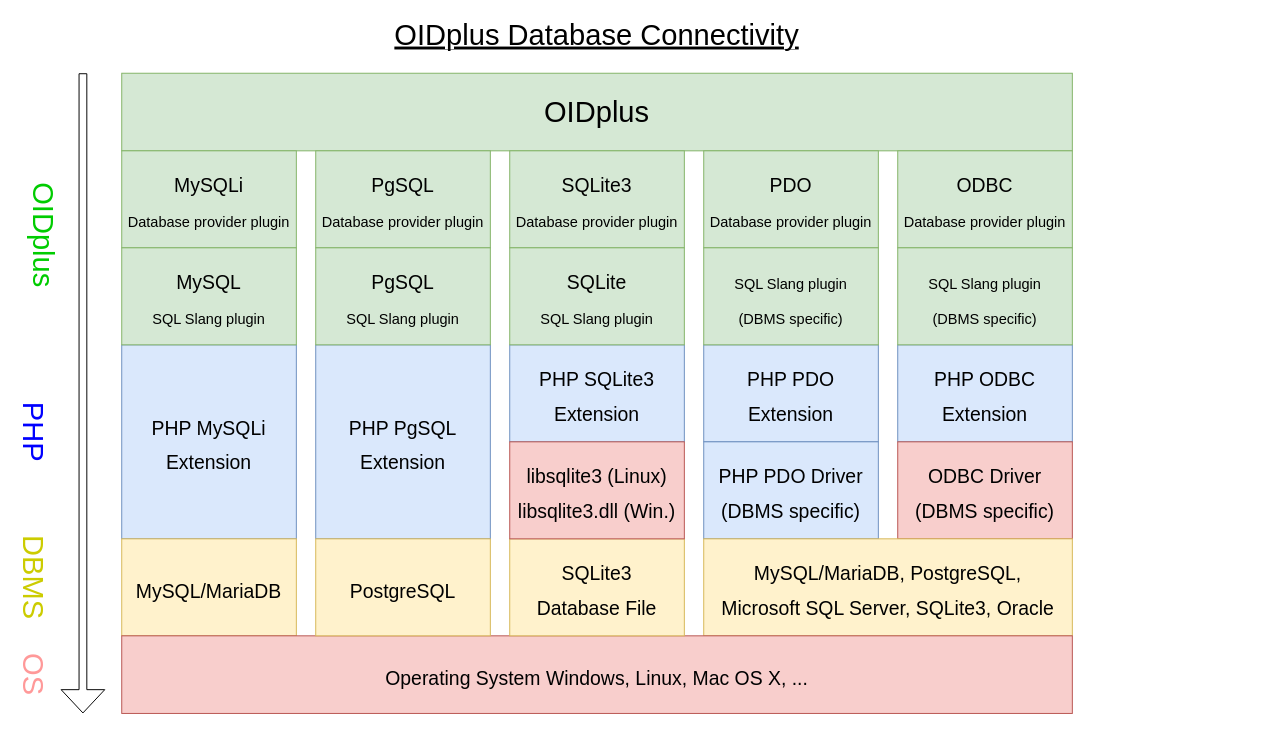
Before: doc/database_connectivity_diagram.drawio in danielmarschall/oidplus, a draw.io diagram. Source tidied: cells renumbered, new cells numbered last; positions are measured from the earlier drawing's top-left corner, leaving out a move shared by most shapes. Both pictures are drawn from the tidied source at 97%, with x=0, y=0 at pixel (-15, 24).
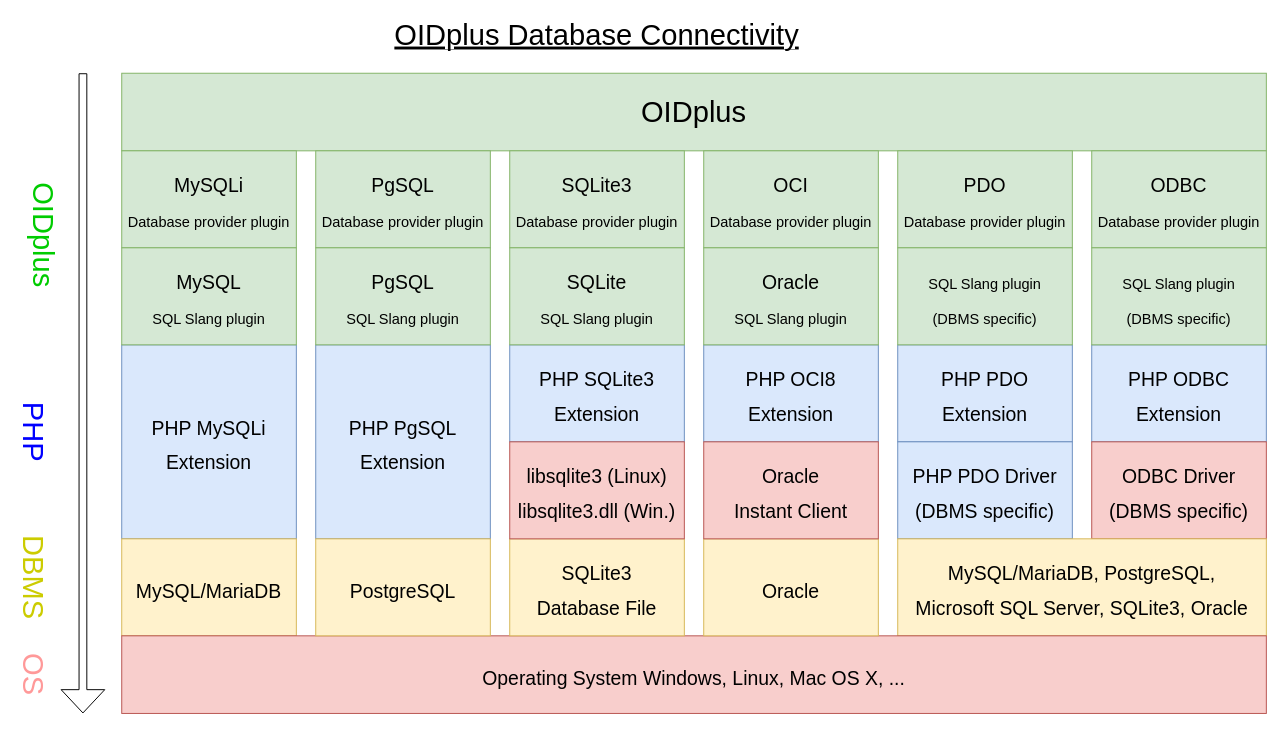
Above is the later version.

What changed in the source:
```diff
@@
     <mxCell id="2" value="OIDplus" style="rounded=0;whiteSpace=wrap;html=1;fontSize=30;fillColor=#d5e8d4;strokeColor=#82b366;shadow=0;" parent="1" vertex="1">
-      <mxGeometry x="140" y="50" width="980" height="80" as="geometry" />
+      <mxGeometry x="140" y="50" width="1180" height="80" as="geometry" />
     </mxCell>
@@
     <mxCell id="4" value="&lt;font style=&quot;font-size: 20px&quot;&gt;PDO&lt;br&gt;&lt;span style=&quot;font-size: 15px&quot;&gt;Database provider plugin&lt;/span&gt;&lt;br&gt;&lt;/font&gt;" style="rounded=0;whiteSpace=wrap;html=1;fontSize=30;fillColor=#d5e8d4;strokeColor=#82b366;shadow=0;" parent="1" vertex="1">
-      <mxGeometry x="740" y="130" width="180" height="100" as="geometry" />
+      <mxGeometry x="940" y="130" width="180" height="100" as="geometry" />
     </mxCell>
     <mxCell id="5" value="&lt;font style=&quot;font-size: 20px&quot;&gt;ODBC&lt;br&gt;&lt;span style=&quot;font-size: 15px&quot;&gt;Database provider plugin&lt;/span&gt;&lt;br&gt;&lt;/font&gt;" style="rounded=0;whiteSpace=wrap;html=1;fontSize=30;fillColor=#d5e8d4;strokeColor=#82b366;shadow=0;" parent="1" vertex="1">
-      <mxGeometry x="940" y="130" width="180" height="100" as="geometry" />
+      <mxGeometry x="1140" y="130" width="180" height="100" as="geometry" />
     </mxCell>
@@
     <mxCell id="7" value="&lt;span style=&quot;font-size: 20px&quot;&gt;PHP PDO&lt;br&gt;Extension&lt;/span&gt;" style="rounded=0;whiteSpace=wrap;html=1;fontSize=30;fillColor=#dae8fc;strokeColor=#6c8ebf;shadow=0;" parent="1" vertex="1">
-      <mxGeometry x="740" y="330" width="180" height="100" as="geometry" />
+      <mxGeometry x="940" y="330" width="180" height="100" as="geometry" />
     </mxCell>
     <mxCell id="8" value="&lt;span style=&quot;font-size: 20px&quot;&gt;PHP ODBC&lt;br&gt;Extension&lt;/span&gt;" style="rounded=0;whiteSpace=wrap;html=1;fontSize=30;fillColor=#dae8fc;strokeColor=#6c8ebf;shadow=0;" parent="1" vertex="1">
-      <mxGeometry x="940" y="330" width="180" height="100" as="geometry" />
+      <mxGeometry x="1140" y="330" width="180" height="100" as="geometry" />
     </mxCell>
     <mxCell id="9" value="&lt;span style=&quot;font-size: 20px&quot;&gt;PHP PDO Driver&lt;br&gt;(DBMS specific)&lt;br&gt;&lt;/span&gt;" style="rounded=0;whiteSpace=wrap;html=1;fontSize=30;fillColor=#dae8fc;strokeColor=#6c8ebf;shadow=0;" parent="1" vertex="1">
-      <mxGeometry x="740" y="430" width="180" height="100" as="geometry" />
+      <mxGeometry x="940" y="430" width="180" height="100" as="geometry" />
     </mxCell>
     <mxCell id="10" value="&lt;span style=&quot;font-size: 20px&quot;&gt;ODBC Driver&lt;br&gt;&lt;/span&gt;&lt;span style=&quot;font-size: 20px&quot;&gt;(DBMS specific)&lt;/span&gt;&lt;span style=&quot;font-size: 20px&quot;&gt;&lt;br&gt;&lt;/span&gt;" style="rounded=0;whiteSpace=wrap;html=1;fontSize=30;fillColor=#f8cecc;strokeColor=#b85450;shadow=0;" parent="1" vertex="1">
-      <mxGeometry x="940" y="430" width="180" height="100" as="geometry" />
+      <mxGeometry x="1140" y="430" width="180" height="100" as="geometry" />
     </mxCell>
@@
     <mxCell id="17" value="&lt;span style=&quot;font-size: 20px&quot;&gt;MySQL/MariaDB, PostgreSQL,&lt;br&gt;Microsoft SQL Server, SQLite3, Oracle&lt;/span&gt;" style="rounded=0;whiteSpace=wrap;html=1;fontSize=30;fillColor=#fff2cc;strokeColor=#d6b656;shadow=0;" parent="1" vertex="1">
-      <mxGeometry x="740" y="530" width="380" height="100" as="geometry" />
+      <mxGeometry x="940" y="530" width="380" height="100" as="geometry" />
     </mxCell>
     <mxCell id="18" value="&lt;span style=&quot;font-size: 20px&quot;&gt;Operating System Windows, Linux, Mac OS X, ...&lt;br&gt;&lt;/span&gt;" style="rounded=0;whiteSpace=wrap;html=1;fontSize=30;fillColor=#f8cecc;strokeColor=#b85450;shadow=0;" parent="1" vertex="1">
-      <mxGeometry x="140" y="630" width="980" height="80" as="geometry" />
+      <mxGeometry x="140" y="630" width="1180" height="80" as="geometry" />
     </mxCell>
@@
     <mxCell id="30" value="&lt;font style=&quot;font-size: 20px&quot;&gt;&lt;span style=&quot;font-size: 15px&quot;&gt;SQL Slang plugin&lt;br&gt;(DBMS specific)&lt;/span&gt;&lt;br&gt;&lt;/font&gt;" style="rounded=0;whiteSpace=wrap;html=1;fontSize=30;fillColor=#d5e8d4;strokeColor=#82b366;shadow=0;" parent="1" vertex="1">
-      <mxGeometry x="740" y="230" width="180" height="100" as="geometry" />
+      <mxGeometry x="940" y="230" width="180" height="100" as="geometry" />
     </mxCell>
     <mxCell id="31" value="&lt;font style=&quot;font-size: 20px&quot;&gt;&lt;span style=&quot;font-size: 15px&quot;&gt;SQL Slang plugin&lt;br&gt;(DBMS specific)&lt;/span&gt;&lt;br&gt;&lt;/font&gt;" style="rounded=0;whiteSpace=wrap;html=1;fontSize=30;fillColor=#d5e8d4;strokeColor=#82b366;shadow=0;" parent="1" vertex="1">
-      <mxGeometry x="940" y="230" width="180" height="100" as="geometry" />
+      <mxGeometry x="1140" y="230" width="180" height="100" as="geometry" />
     </mxCell>
+    <mxCell id="32" value="&lt;font style=&quot;font-size: 20px&quot;&gt;OCI&lt;br&gt;&lt;span style=&quot;font-size: 15px&quot;&gt;Database provider plugin&lt;/span&gt;&lt;br&gt;&lt;/font&gt;" style="rounded=0;whiteSpace=wrap;html=1;fontSize=30;fillColor=#d5e8d4;strokeColor=#82b366;shadow=0;" parent="1" vertex="1">
+      <mxGeometry x="740" y="130" width="180" height="100" as="geometry" />
+    </mxCell>
+    <mxCell id="33" value="&lt;span style=&quot;font-size: 20px&quot;&gt;PHP OCI8&lt;br&gt;Extension&lt;/span&gt;" style="rounded=0;whiteSpace=wrap;html=1;fontSize=30;fillColor=#dae8fc;strokeColor=#6c8ebf;shadow=0;" parent="1" vertex="1">
+      <mxGeometry x="740" y="330" width="180" height="100" as="geometry" />
+    </mxCell>
+    <mxCell id="34" value="&lt;span style=&quot;font-size: 20px&quot;&gt;Oracle&lt;/span&gt;" style="rounded=0;whiteSpace=wrap;html=1;fontSize=30;fillColor=#fff2cc;strokeColor=#d6b656;shadow=0;" parent="1" vertex="1">
+      <mxGeometry x="740" y="530" width="180" height="100" as="geometry" />
+    </mxCell>
+    <mxCell id="35" value="&lt;span style=&quot;font-size: 20px&quot;&gt;Oracle&lt;br&gt;Instant Client&lt;/span&gt;" style="rounded=0;whiteSpace=wrap;html=1;fontSize=30;fillColor=#f8cecc;strokeColor=#b85450;shadow=0;" parent="1" vertex="1">
+      <mxGeometry x="740" y="430" width="180" height="100" as="geometry" />
+    </mxCell>
+    <mxCell id="36" value="&lt;font style=&quot;font-size: 20px&quot;&gt;Oracle&lt;br&gt;&lt;span style=&quot;font-size: 15px&quot;&gt;SQL Slang plugin&lt;/span&gt;&lt;br&gt;&lt;/font&gt;" style="rounded=0;whiteSpace=wrap;html=1;fontSize=30;fillColor=#d5e8d4;strokeColor=#82b366;shadow=0;" parent="1" vertex="1">
+      <mxGeometry x="740" y="230" width="180" height="100" as="geometry" />
+    </mxCell>
```
